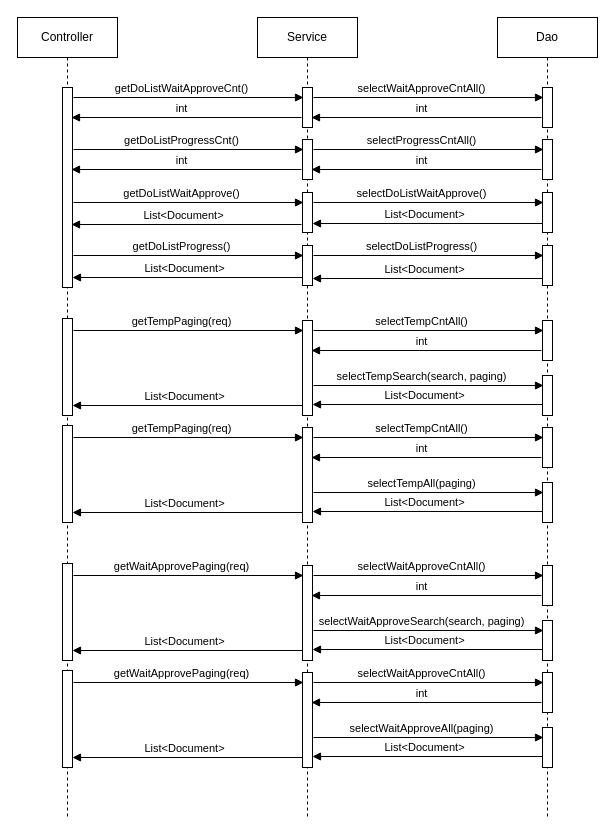
iamheonil/KHSemiProject keeps this draw.io diagram as document/Document_03.drawio. Above is the earlier version. Source tidied: cells renumbered, new cells numbered last; positions are measured from the earlier drawing's top-left corner, leaving out a move shared by most shapes. Both pictures are drawn from the tidied source at 100%, with x=0, y=0 at pixel (17, 17).
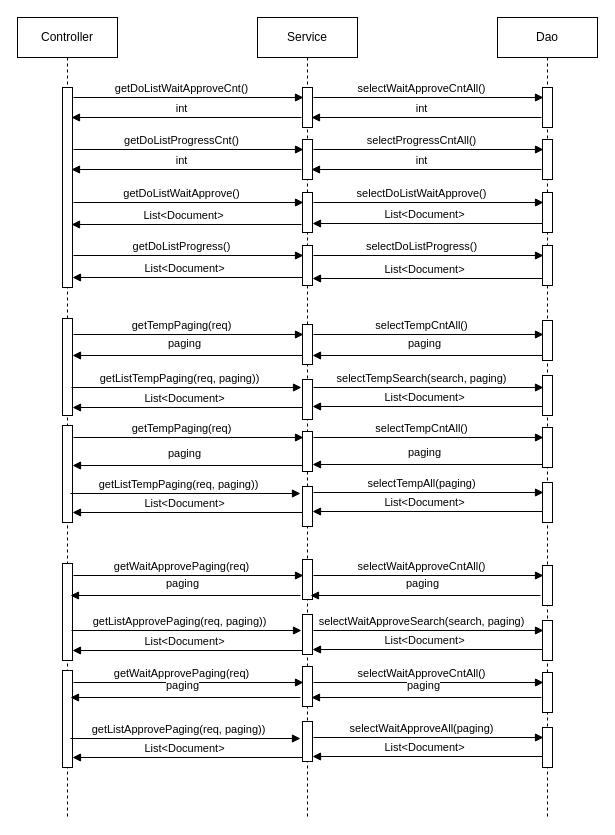
After the change.

What changed in the source:
```diff
@@
-    <mxCell id="31" style="html=1;perimeter=orthogonalPerimeter;" parent="1" vertex="1">
-      <mxGeometry x="285" y="548" width="10" height="95" as="geometry" />
-    </mxCell>
@@
-    <mxCell id="35" value="int" style="html=1;verticalAlign=bottom;endArrow=block;" parent="1" edge="1">
-      <mxGeometry x="0.04" relative="1" as="geometry">
-        <mxPoint x="524" y="578" as="sourcePoint" />
-        <mxPoint x="294" y="578" as="targetPoint" />
-      </mxGeometry>
-    </mxCell>
@@
-    <mxCell id="41" style="html=1;perimeter=orthogonalPerimeter;" parent="1" vertex="1">
-      <mxGeometry x="285" y="655" width="10" height="95" as="geometry" />
-    </mxCell>
@@
-    <mxCell id="45" value="int" style="html=1;verticalAlign=bottom;endArrow=block;" parent="1" edge="1">
-      <mxGeometry x="0.04" relative="1" as="geometry">
-        <mxPoint x="524" y="685" as="sourcePoint" />
-        <mxPoint x="294" y="685" as="targetPoint" />
-      </mxGeometry>
-    </mxCell>
@@
-    <mxCell id="51" style="html=1;perimeter=orthogonalPerimeter;" parent="1" vertex="1">
-      <mxGeometry x="285" y="303" width="10" height="95" as="geometry" />
-    </mxCell>
@@
     <mxCell id="53" value="getTempPaging(req)" style="html=1;verticalAlign=bottom;endArrow=block;" parent="1" edge="1">
       <mxGeometry x="-0.06" relative="1" as="geometry">
-        <mxPoint x="56" y="313" as="sourcePoint" />
-        <mxPoint x="286" y="313" as="targetPoint" />
+        <mxPoint x="56" y="317" as="sourcePoint" />
+        <mxPoint x="286" y="317" as="targetPoint" />
       </mxGeometry>
     </mxCell>
     <mxCell id="54" value="selectTempCntAll()" style="html=1;verticalAlign=bottom;endArrow=block;" parent="1" edge="1">
       <mxGeometry x="-0.06" relative="1" as="geometry">
-        <mxPoint x="296" y="313" as="sourcePoint" />
-        <mxPoint x="526" y="313" as="targetPoint" />
+        <mxPoint x="296" y="317" as="sourcePoint" />
+        <mxPoint x="526" y="317" as="targetPoint" />
       </mxGeometry>
     </mxCell>
-    <mxCell id="55" value="int" style="html=1;verticalAlign=bottom;endArrow=block;" parent="1" edge="1">
-      <mxGeometry x="0.04" relative="1" as="geometry">
-        <mxPoint x="524" y="333" as="sourcePoint" />
-        <mxPoint x="294" y="333" as="targetPoint" />
-      </mxGeometry>
-    </mxCell>
@@
     <mxCell id="57" value="selectTempSearch(search, paging)" style="html=1;verticalAlign=bottom;endArrow=block;" parent="1" edge="1">
       <mxGeometry x="-0.06" relative="1" as="geometry">
-        <mxPoint x="296" y="368" as="sourcePoint" />
-        <mxPoint x="526" y="368" as="targetPoint" />
+        <mxPoint x="296" y="370" as="sourcePoint" />
+        <mxPoint x="526" y="370" as="targetPoint" />
       </mxGeometry>
     </mxCell>
     <mxCell id="58" value="List&amp;lt;Document&amp;gt;" style="html=1;verticalAlign=bottom;endArrow=block;" parent="1" edge="1">
       <mxGeometry x="0.03" relative="1" as="geometry">
-        <mxPoint x="525" y="387" as="sourcePoint" />
-        <mxPoint x="295" y="387" as="targetPoint" />
+        <mxPoint x="525" y="389" as="sourcePoint" />
+        <mxPoint x="295" y="389" as="targetPoint" />
       </mxGeometry>
     </mxCell>
     <mxCell id="59" value="List&amp;lt;Document&amp;gt;" style="html=1;verticalAlign=bottom;endArrow=block;" parent="1" edge="1">
       <mxGeometry x="0.03" relative="1" as="geometry">
-        <mxPoint x="285" y="388" as="sourcePoint" />
-        <mxPoint x="55" y="388" as="targetPoint" />
+        <mxPoint x="285" y="390" as="sourcePoint" />
+        <mxPoint x="55" y="390" as="targetPoint" />
       </mxGeometry>
     </mxCell>
@@
-    <mxCell id="61" style="html=1;perimeter=orthogonalPerimeter;" parent="1" vertex="1">
-      <mxGeometry x="285" y="410" width="10" height="95" as="geometry" />
-    </mxCell>
@@
-    <mxCell id="65" value="int" style="html=1;verticalAlign=bottom;endArrow=block;" parent="1" edge="1">
-      <mxGeometry x="0.04" relative="1" as="geometry">
-        <mxPoint x="524" y="440" as="sourcePoint" />
-        <mxPoint x="294" y="440" as="targetPoint" />
-      </mxGeometry>
-    </mxCell>
@@
+    <mxCell id="70" value="getListTempPaging(req, paging))" style="html=1;verticalAlign=bottom;endArrow=block;" parent="1" edge="1">
+      <mxGeometry x="-0.06" relative="1" as="geometry">
+        <mxPoint x="54" y="370" as="sourcePoint" />
+        <mxPoint x="284" y="370" as="targetPoint" />
+      </mxGeometry>
+    </mxCell>
+    <mxCell id="71" value="getListTempPaging(req, paging))" style="html=1;verticalAlign=bottom;endArrow=block;" parent="1" edge="1">
+      <mxGeometry x="-0.06" relative="1" as="geometry">
+        <mxPoint x="53" y="476" as="sourcePoint" />
+        <mxPoint x="283" y="476" as="targetPoint" />
+      </mxGeometry>
+    </mxCell>
+    <mxCell id="72" value="getListApprovePaging(req, paging))" style="html=1;verticalAlign=bottom;endArrow=block;" parent="1" edge="1">
+      <mxGeometry x="-0.06" relative="1" as="geometry">
+        <mxPoint x="54" y="613" as="sourcePoint" />
+        <mxPoint x="284" y="613" as="targetPoint" />
+      </mxGeometry>
+    </mxCell>
+    <mxCell id="73" value="getListApprovePaging(req, paging))" style="html=1;verticalAlign=bottom;endArrow=block;" parent="1" edge="1">
+      <mxGeometry x="-0.06" relative="1" as="geometry">
+        <mxPoint x="53" y="721" as="sourcePoint" />
+        <mxPoint x="283" y="721" as="targetPoint" />
+      </mxGeometry>
+    </mxCell>
+    <mxCell id="74" style="html=1;perimeter=orthogonalPerimeter;" parent="1" vertex="1">
+      <mxGeometry x="285" y="307" width="10" height="40" as="geometry" />
+    </mxCell>
+    <mxCell id="75" style="html=1;perimeter=orthogonalPerimeter;" parent="1" vertex="1">
+      <mxGeometry x="285" y="362" width="10" height="40" as="geometry" />
+    </mxCell>
+    <mxCell id="76" style="html=1;perimeter=orthogonalPerimeter;" parent="1" vertex="1">
+      <mxGeometry x="285" y="414" width="10" height="40" as="geometry" />
+    </mxCell>
+    <mxCell id="77" style="html=1;perimeter=orthogonalPerimeter;" parent="1" vertex="1">
+      <mxGeometry x="285" y="469" width="10" height="40" as="geometry" />
+    </mxCell>
+    <mxCell id="78" style="html=1;perimeter=orthogonalPerimeter;" parent="1" vertex="1">
+      <mxGeometry x="285" y="542" width="10" height="40" as="geometry" />
+    </mxCell>
+    <mxCell id="79" style="html=1;perimeter=orthogonalPerimeter;" parent="1" vertex="1">
+      <mxGeometry x="285" y="597" width="10" height="40" as="geometry" />
+    </mxCell>
+    <mxCell id="80" style="html=1;perimeter=orthogonalPerimeter;" parent="1" vertex="1">
+      <mxGeometry x="285" y="649" width="10" height="40" as="geometry" />
+    </mxCell>
+    <mxCell id="81" style="html=1;perimeter=orthogonalPerimeter;" parent="1" vertex="1">
+      <mxGeometry x="285" y="704" width="10" height="40" as="geometry" />
+    </mxCell>
+    <mxCell id="82" value="paging" style="html=1;verticalAlign=bottom;endArrow=block;" parent="1" edge="1">
+      <mxGeometry x="0.03" y="-3" relative="1" as="geometry">
+        <mxPoint x="525" y="338" as="sourcePoint" />
+        <mxPoint x="295" y="338" as="targetPoint" />
+      </mxGeometry>
+    </mxCell>
+    <mxCell id="83" value="paging" style="html=1;verticalAlign=bottom;endArrow=block;" parent="1" edge="1">
+      <mxGeometry x="0.03" y="-3" relative="1" as="geometry">
+        <mxPoint x="285" y="338" as="sourcePoint" />
+        <mxPoint x="55" y="338" as="targetPoint" />
+      </mxGeometry>
+    </mxCell>
+    <mxCell id="84" value="paging" style="html=1;verticalAlign=bottom;endArrow=block;" parent="1" edge="1">
+      <mxGeometry x="0.03" y="-3" relative="1" as="geometry">
+        <mxPoint x="525" y="447" as="sourcePoint" />
+        <mxPoint x="295" y="447" as="targetPoint" />
+      </mxGeometry>
+    </mxCell>
+    <mxCell id="85" value="paging" style="html=1;verticalAlign=bottom;endArrow=block;" parent="1" edge="1">
+      <mxGeometry x="0.03" y="-3" relative="1" as="geometry">
+        <mxPoint x="285" y="448" as="sourcePoint" />
+        <mxPoint x="55" y="448" as="targetPoint" />
+      </mxGeometry>
+    </mxCell>
+    <mxCell id="86" value="paging" style="html=1;verticalAlign=bottom;endArrow=block;" parent="1" edge="1">
+      <mxGeometry x="0.03" y="-3" relative="1" as="geometry">
+        <mxPoint x="523" y="578" as="sourcePoint" />
+        <mxPoint x="293" y="578" as="targetPoint" />
+      </mxGeometry>
+    </mxCell>
+    <mxCell id="87" value="paging" style="html=1;verticalAlign=bottom;endArrow=block;" parent="1" edge="1">
+      <mxGeometry x="0.03" y="-3" relative="1" as="geometry">
+        <mxPoint x="283" y="578" as="sourcePoint" />
+        <mxPoint x="53" y="578" as="targetPoint" />
+      </mxGeometry>
+    </mxCell>
+    <mxCell id="88" value="paging" style="html=1;verticalAlign=bottom;endArrow=block;" parent="1" edge="1">
+      <mxGeometry x="0.03" y="-3" relative="1" as="geometry">
+        <mxPoint x="524" y="680" as="sourcePoint" />
+        <mxPoint x="294" y="680" as="targetPoint" />
+      </mxGeometry>
+    </mxCell>
+    <mxCell id="89" value="paging" style="html=1;verticalAlign=bottom;endArrow=block;" parent="1" edge="1">
+      <mxGeometry x="0.03" y="-3" relative="1" as="geometry">
+        <mxPoint x="283" y="680" as="sourcePoint" />
+        <mxPoint x="53" y="680" as="targetPoint" />
+      </mxGeometry>
+    </mxCell>
```
